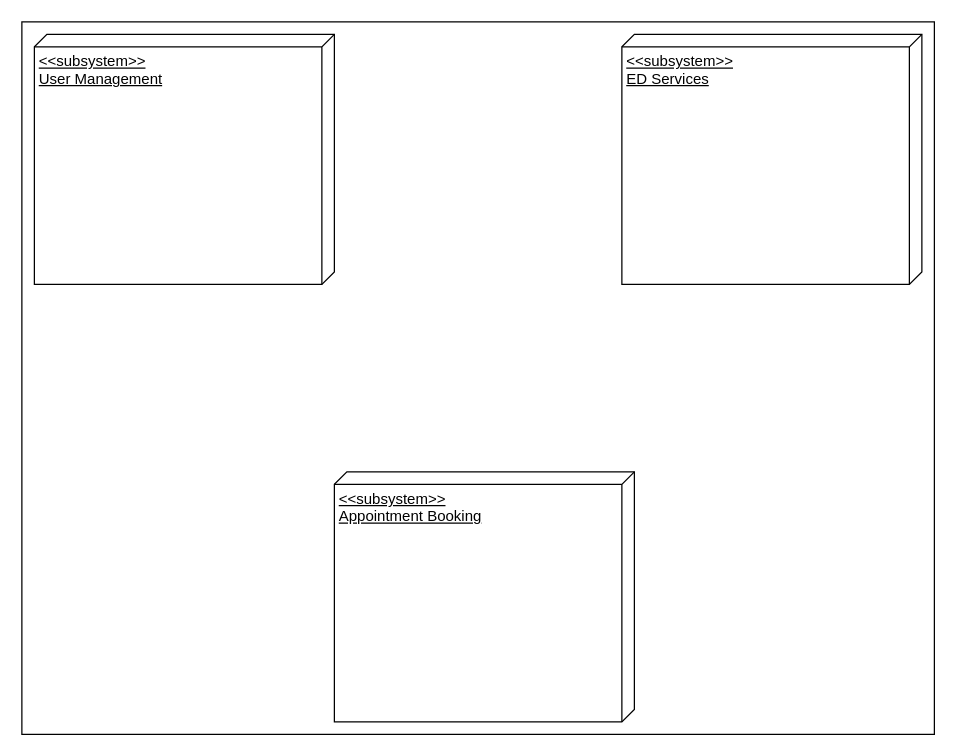
uvic-teach/project-m1-team6 keeps this draw.io diagram as entire_system.drawio. Above is the earlier version. Source tidied: cells renumbered, new cells numbered last; positions are measured from the earlier drawing's top-left corner, leaving out a move shared by most shapes. Both pictures are drawn from the tidied source at 125%, with x=0, y=0 at pixel (21, 21).
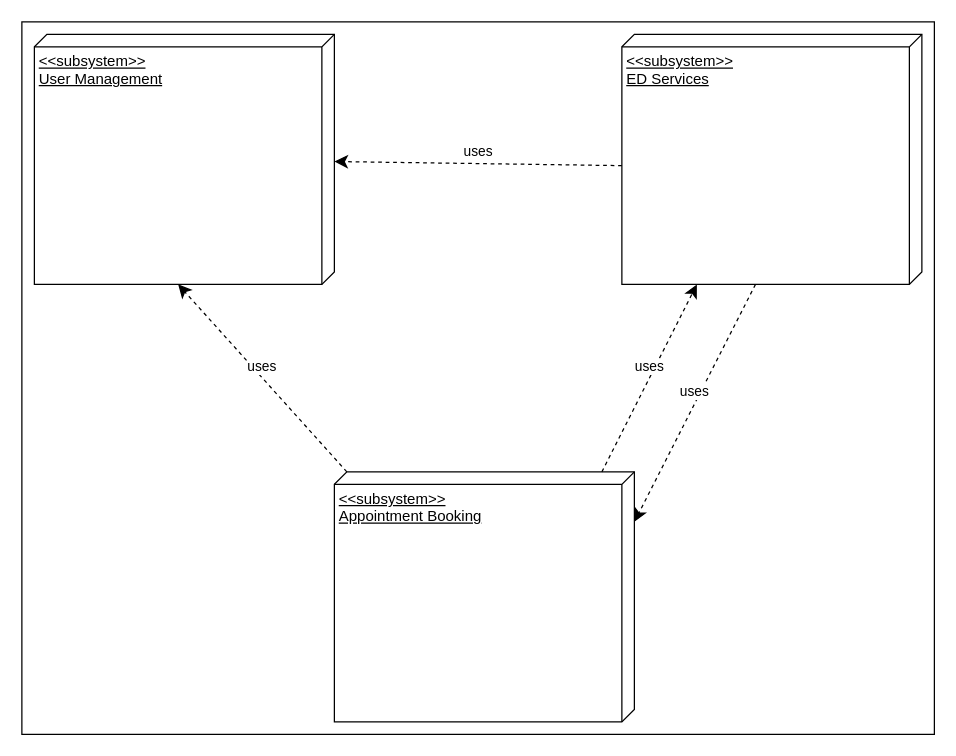
The same diagram, later.

Change to the diagram source:
```diff
@@
 <mxGraphModel>
   <root>
     <mxCell id="0" />
     <mxCell id="1" parent="0" />
     <mxCell id="2" style="rounded=0;whiteSpace=wrap;html=1;" parent="1" vertex="1">
       <mxGeometry width="730" height="570" as="geometry" />
     </mxCell>
     <mxCell id="3" value="&amp;lt;&amp;lt;subsystem&amp;gt;&amp;gt;&lt;br&gt;&lt;font face=&quot;Helvetica&quot;&gt;User Management&lt;/font&gt;" style="verticalAlign=top;align=left;spacingTop=8;spacingLeft=2;spacingRight=12;shape=cube;size=10;direction=south;fontStyle=4;html=1;whiteSpace=wrap;" parent="1" vertex="1">
       <mxGeometry x="10" y="10" width="240" height="200" as="geometry" />
     </mxCell>
     <mxCell id="4" value="&amp;lt;&amp;lt;subsystem&amp;gt;&amp;gt;&lt;br&gt;ED Services" style="verticalAlign=top;align=left;spacingTop=8;spacingLeft=2;spacingRight=12;shape=cube;size=10;direction=south;fontStyle=4;html=1;whiteSpace=wrap;" parent="1" vertex="1">
       <mxGeometry x="480" y="10" width="240" height="200" as="geometry" />
     </mxCell>
     <mxCell id="5" value="&amp;lt;&amp;lt;subsystem&amp;gt;&amp;gt;&lt;br&gt;Appointment Booking" style="verticalAlign=top;align=left;spacingTop=8;spacingLeft=2;spacingRight=12;shape=cube;size=10;direction=south;fontStyle=4;html=1;whiteSpace=wrap;" parent="1" vertex="1">
       <mxGeometry x="250" y="360" width="240" height="200" as="geometry" />
     </mxCell>
+    <mxCell id="6" value="uses" style="html=1;verticalAlign=bottom;endArrow=classic;dashed=1;endSize=8;curved=0;rounded=0;exitX=0;exitY=0;exitDx=105;exitDy=240;exitPerimeter=0;endFill=1;" parent="1" edge="1" source="4" target="3">
+      <mxGeometry relative="1" as="geometry" />
+    </mxCell>
+    <mxCell id="7" value="uses" style="html=1;verticalAlign=bottom;endArrow=classic;dashed=1;endSize=8;curved=0;rounded=0;exitX=0;exitY=0;exitDx=0;exitDy=230;exitPerimeter=0;entryX=0;entryY=0;entryDx=200;entryDy=125;entryPerimeter=0;endFill=1;" parent="1" edge="1" source="5" target="3">
+      <mxGeometry relative="1" as="geometry" />
+    </mxCell>
+    <mxCell id="8" value="uses" style="html=1;verticalAlign=bottom;endArrow=classic;dashed=1;endSize=8;curved=0;rounded=0;exitX=0;exitY=0.075;exitDx=0;exitDy=0;exitPerimeter=0;endFill=1;" parent="1" edge="1">
+      <mxGeometry relative="1" as="geometry">
+        <mxPoint x="464" y="360" as="sourcePoint" />
+        <mxPoint x="540" y="210" as="targetPoint" />
+      </mxGeometry>
+    </mxCell>
+    <mxCell id="9" value="uses" style="html=1;verticalAlign=bottom;endArrow=classic;dashed=1;endSize=8;curved=0;rounded=0;exitX=1;exitY=0.617;exitDx=0;exitDy=0;exitPerimeter=0;entryX=0.2;entryY=0;entryDx=0;entryDy=0;entryPerimeter=0;endFill=1;" parent="1" edge="1" target="5">
+      <mxGeometry relative="1" as="geometry">
+        <mxPoint x="586.9" y="210" as="sourcePoint" />
+      </mxGeometry>
+    </mxCell>
   </root>
 </mxGraphModel>
```
